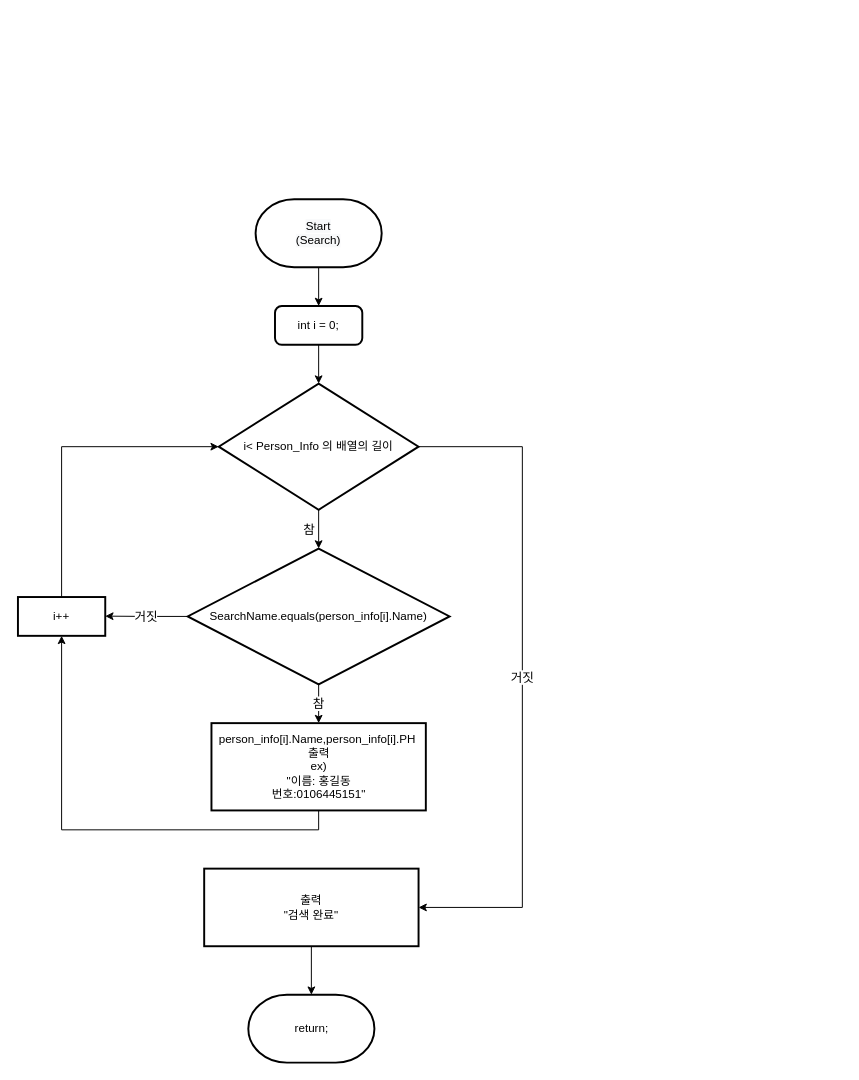
Before: 순서도/Search 기능.drawio in skatld123/PH_list_java, a draw.io diagram. Source tidied: cells renumbered, new cells numbered last; positions are measured from the earlier drawing's top-left corner, leaving out a move shared by most shapes. Both pictures are drawn from the tidied source at 97%, with x=0, y=0 at pixel (17, 199).
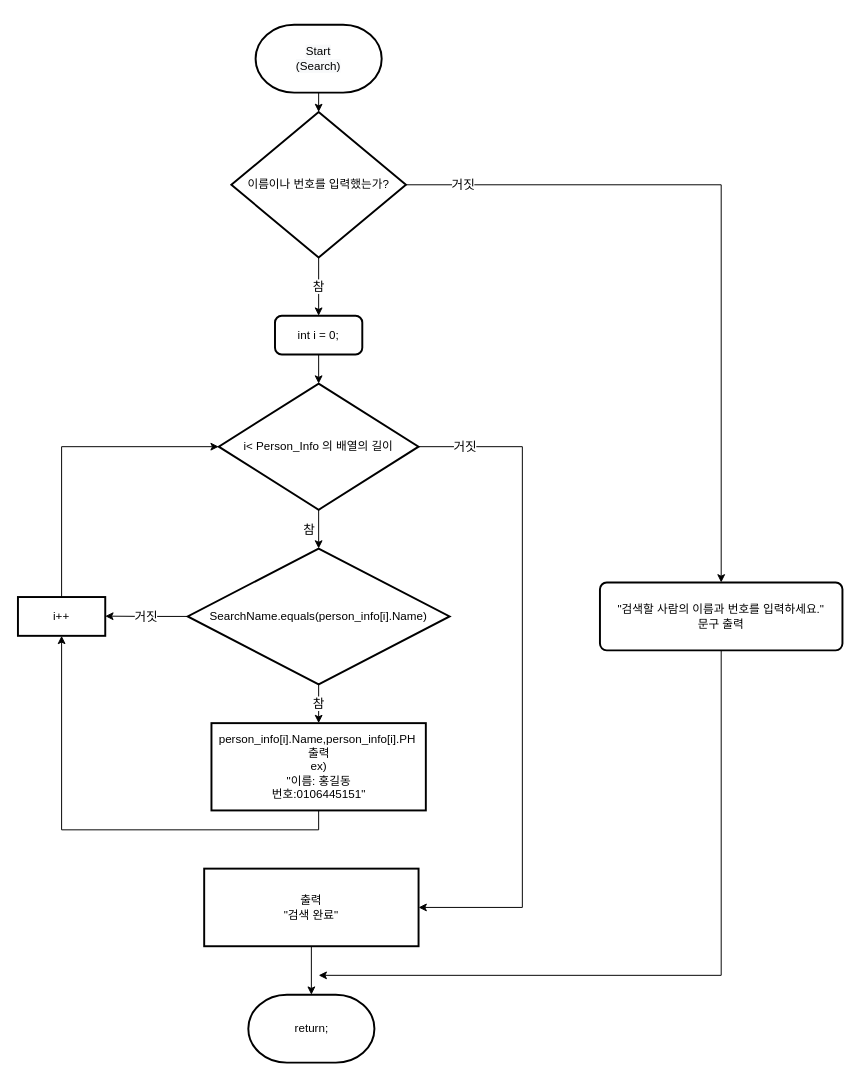
The same diagram, later.

Commit message:
Search 기능.drawio 업데이트

Unchanged cells that the change refers to:
```xml
<mxCell id="11" value="출력&lt;br&gt;&quot;검색 완료&quot;" style="rounded=1;whiteSpace=wrap;html=1;absoluteArcSize=1;arcSize=0;strokeWidth=2;" parent="1" vertex="1">
  <mxGeometry x="192" y="690" width="221" height="80" as="geometry" />
</mxCell>
<mxCell id="14" value="i&amp;lt; Person_Info 의 배열의 길이" style="strokeWidth=2;html=1;shape=mxgraph.flowchart.decision;whiteSpace=wrap;" parent="1" vertex="1">
  <mxGeometry x="207" y="190" width="206" height="130" as="geometry" />
</mxCell>
```

Change to the diagram source:
```diff
@@
-    <mxCell id="7" style="edgeStyle=orthogonalEdgeStyle;rounded=0;jettySize=auto;html=1;exitX=0.5;exitY=1;exitDx=0;exitDy=0;exitPerimeter=0;entryX=0.5;entryY=0;entryDx=0;entryDy=0;fontSize=13;" parent="1" edge="1" source="8" target="16">
-      <mxGeometry relative="1" as="geometry" />
-    </mxCell>
+    <mxCell id="19" style="edgeStyle=orthogonalEdgeStyle;rounded=0;jettySize=auto;html=1;exitX=0.5;exitY=1;exitDx=0;exitDy=0;exitPerimeter=0;entryX=0.5;entryY=0;entryDx=0;entryDy=0;entryPerimeter=0;fontSize=13;" parent="1" edge="1" source="8" target="22">
+      <mxGeometry relative="1" as="geometry" />
+    </mxCell>
     <mxCell id="8" value="&#10;&#10;&lt;span style=&quot;color: rgb(0, 0, 0); font-family: helvetica; font-size: 12px; font-style: normal; font-weight: 400; letter-spacing: normal; text-align: center; text-indent: 0px; text-transform: none; word-spacing: 0px; background-color: rgb(248, 249, 250); display: inline; float: none;&quot;&gt;Start&lt;/span&gt;&lt;br style=&quot;color: rgb(0, 0, 0); font-family: helvetica; font-size: 12px; font-style: normal; font-weight: 400; letter-spacing: normal; text-align: center; text-indent: 0px; text-transform: none; word-spacing: 0px; background-color: rgb(248, 249, 250);&quot;&gt;&lt;span style=&quot;color: rgb(0, 0, 0); font-family: helvetica; font-size: 12px; font-style: normal; font-weight: 400; letter-spacing: normal; text-align: center; text-indent: 0px; text-transform: none; word-spacing: 0px; background-color: rgb(248, 249, 250); display: inline; float: none;&quot;&gt;(Search)&lt;/span&gt;&#10;&#10;" style="strokeWidth=2;html=1;shape=mxgraph.flowchart.terminator;whiteSpace=wrap;" parent="1" vertex="1">
-      <mxGeometry x="245" width="130" height="70" as="geometry" />
+      <mxGeometry x="245" y="-180" width="130" height="70" as="geometry" />
     </mxCell>
@@
     <mxCell id="13" value="거짓" style="edgeStyle=orthogonalEdgeStyle;rounded=0;jettySize=auto;html=1;exitX=1;exitY=0.5;exitDx=0;exitDy=0;exitPerimeter=0;fontSize=13;entryX=1;entryY=0.5;entryDx=0;entryDy=0;" parent="1" edge="1" source="14" target="11">
-      <mxGeometry relative="1" as="geometry">
+      <mxGeometry x="-0.86" relative="1" as="geometry">
         <Array as="points">
           <mxPoint x="520" y="255" />
           <mxPoint x="520" y="730" />
         </Array>
       </mxGeometry>
     </mxCell>
@@
     <mxCell id="16" value="int i = 0;" style="rounded=1;whiteSpace=wrap;html=1;absoluteArcSize=1;arcSize=14;strokeWidth=2;" parent="1" vertex="1">
-      <mxGeometry x="265" y="110" width="90" height="40" as="geometry" />
+      <mxGeometry x="265" y="120" width="90" height="40" as="geometry" />
     </mxCell>
@@
+    <mxCell id="20" value="참" style="edgeStyle=orthogonalEdgeStyle;rounded=0;jettySize=auto;html=1;exitX=0.5;exitY=1;exitDx=0;exitDy=0;exitPerimeter=0;entryX=0.5;entryY=0;entryDx=0;entryDy=0;fontSize=13;" parent="1" edge="1" source="22" target="16">
+      <mxGeometry relative="1" as="geometry" />
+    </mxCell>
+    <mxCell id="21" value="거짓" style="edgeStyle=orthogonalEdgeStyle;rounded=0;jettySize=auto;html=1;exitX=1;exitY=0.5;exitDx=0;exitDy=0;exitPerimeter=0;entryX=0.5;entryY=0;entryDx=0;entryDy=0;fontSize=13;" parent="1" edge="1" source="22" target="24">
+      <mxGeometry x="-0.84" relative="1" as="geometry" />
+    </mxCell>
+    <mxCell id="22" value="이름이나 번호를 입력했는가?" style="strokeWidth=2;html=1;shape=mxgraph.flowchart.decision;whiteSpace=wrap;" parent="1" vertex="1">
+      <mxGeometry x="220" y="-90" width="180" height="150" as="geometry" />
+    </mxCell>
+    <mxCell id="23" style="edgeStyle=orthogonalEdgeStyle;rounded=0;jettySize=auto;html=1;exitX=0.5;exitY=1;exitDx=0;exitDy=0;fontSize=13;" parent="1" edge="1" source="24">
+      <mxGeometry relative="1" as="geometry">
+        <mxPoint x="310" y="800" as="targetPoint" />
+        <Array as="points">
+          <mxPoint x="725" y="800" />
+        </Array>
+      </mxGeometry>
+    </mxCell>
+    <mxCell id="24" value="&quot;검색할 사람의 이름과 번호를 입력하세요.&quot;&lt;br&gt;문구 출력" style="rounded=1;whiteSpace=wrap;html=1;absoluteArcSize=1;arcSize=14;strokeWidth=2;" parent="1" vertex="1">
+      <mxGeometry x="600" y="395" width="250" height="70" as="geometry" />
+    </mxCell>
```
